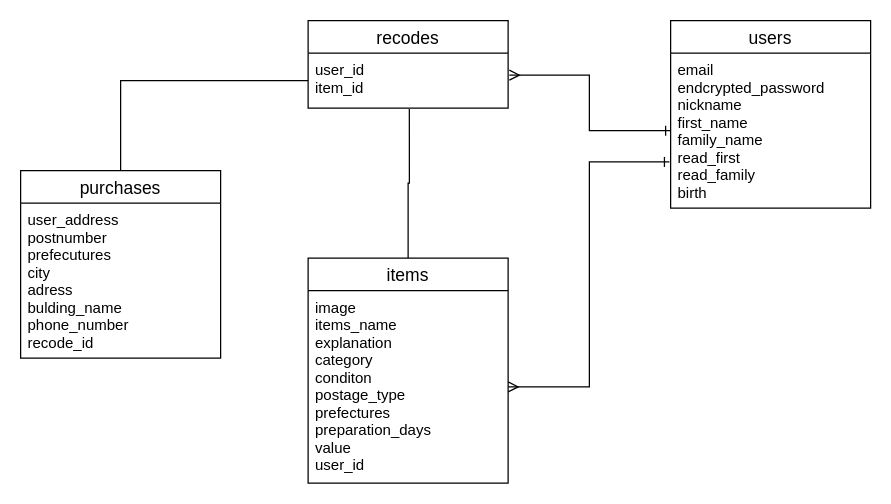
oritaitsuki/furima-36225 keeps this draw.io diagram as furima.dio. Above is the earlier version. Source tidied: cells renumbered, new cells numbered last; positions are measured from the earlier drawing's top-left corner, leaving out a move shared by most shapes. Both pictures are drawn from the tidied source at 125%, with x=0, y=0 at pixel (20, 20).
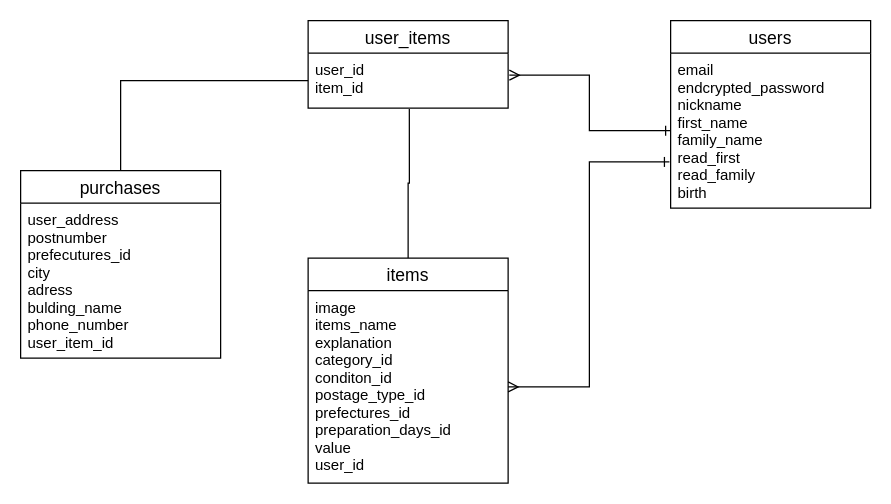
The same diagram, later.

The edit, as a diff of the source:
```diff
@@
 <mxGraphModel>
   <root>
     <mxCell id="0" />
     <mxCell id="1" parent="0" />
     <mxCell id="2" value="users" style="swimlane;fontStyle=0;horizontal=1;startSize=26;align=center;fontSize=14;" parent="1" vertex="1">
       <mxGeometry x="520" width="160" height="150" as="geometry" />
     </mxCell>
     <mxCell id="3" value="email&#10;endcrypted_password&#10;nickname&#10;first_name&#10;family_name&#10;read_first&#10;read_family&#10;birth&#10;&#10;&#10;&#10;" style="text;strokeColor=none;fillColor=none;spacingLeft=4;spacingRight=4;overflow=hidden;points=[[0,0.5],[1,0.5]];portConstraint=eastwest;fontSize=12;" parent="2" vertex="1">
       <mxGeometry y="26" width="160" height="124" as="geometry" />
     </mxCell>
     <mxCell id="4" style="edgeStyle=orthogonalEdgeStyle;rounded=0;jettySize=auto;html=1;exitX=0.5;exitY=0;exitDx=0;exitDy=0;entryX=0.506;entryY=1.014;entryDx=0;entryDy=0;entryPerimeter=0;startArrow=none;startFill=0;endArrow=none;endFill=0;" parent="1" edge="1" source="5" target="10">
       <mxGeometry relative="1" as="geometry" />
     </mxCell>
     <mxCell id="5" value="items" style="swimlane;fontStyle=0;horizontal=1;startSize=26;align=center;fontSize=14;" parent="1" vertex="1">
       <mxGeometry x="230" y="190" width="160" height="180" as="geometry" />
     </mxCell>
-    <mxCell id="6" value="image&#10;items_name&#10;explanation&#10;category&#10;conditon&#10;postage_type&#10;prefectures&#10;preparation_days&#10;value&#10;user_id&#10;&#10;&#10;" style="text;strokeColor=none;fillColor=none;spacingLeft=4;spacingRight=4;overflow=hidden;points=[[0,0.5],[1,0.5]];portConstraint=eastwest;fontSize=12;" parent="5" vertex="1">
+    <mxCell id="6" value="image&#10;items_name&#10;explanation&#10;category_id&#10;conditon_id&#10;postage_type_id&#10;prefectures_id&#10;preparation_days_id&#10;value&#10;user_id&#10;&#10;&#10;" style="text;strokeColor=none;fillColor=none;spacingLeft=4;spacingRight=4;overflow=hidden;points=[[0,0.5],[1,0.5]];portConstraint=eastwest;fontSize=12;" parent="5" vertex="1">
       <mxGeometry y="26" width="160" height="154" as="geometry" />
     </mxCell>
     <mxCell id="7" value="purchases" style="swimlane;fontStyle=0;horizontal=1;startSize=26;align=center;fontSize=14;" parent="1" vertex="1">
       <mxGeometry y="120" width="160" height="150" as="geometry" />
     </mxCell>
-    <mxCell id="8" value="user_address&#10;postnumber&#10;prefecutures&#10;city&#10;adress&#10;bulding_name&#10;phone_number&#10;recode_id&#10;" style="text;strokeColor=none;fillColor=none;spacingLeft=4;spacingRight=4;overflow=hidden;fontSize=12;" parent="7" vertex="1">
+    <mxCell id="8" value="user_address&#10;postnumber&#10;prefecutures_id&#10;city&#10;adress&#10;bulding_name&#10;phone_number&#10;user_item_id&#10;" style="text;strokeColor=none;fillColor=none;spacingLeft=4;spacingRight=4;overflow=hidden;fontSize=12;" parent="7" vertex="1">
       <mxGeometry y="26" width="160" height="124" as="geometry" />
     </mxCell>
-    <mxCell id="9" value="recodes" style="swimlane;fontStyle=0;horizontal=1;startSize=26;align=center;fontSize=14;" parent="1" vertex="1">
+    <mxCell id="9" value="user_items" style="swimlane;fontStyle=0;horizontal=1;startSize=26;align=center;fontSize=14;" parent="1" vertex="1">
       <mxGeometry x="230" width="160" height="70" as="geometry" />
     </mxCell>
     <mxCell id="10" value="user_id&#10;item_id&#10;" style="text;strokeColor=none;fillColor=none;spacingLeft=4;spacingRight=4;overflow=hidden;points=[[0,0.5],[1,0.5]];portConstraint=eastwest;fontSize=12;" parent="9" vertex="1">
       <mxGeometry y="26" width="160" height="44" as="geometry" />
     </mxCell>
     <mxCell id="11" style="edgeStyle=orthogonalEdgeStyle;rounded=0;jettySize=auto;html=1;exitX=0;exitY=0.5;exitDx=0;exitDy=0;entryX=1.006;entryY=0.401;entryDx=0;entryDy=0;entryPerimeter=0;startArrow=ERone;startFill=0;endArrow=ERmany;endFill=0;" parent="1" edge="1" source="3" target="10">
       <mxGeometry relative="1" as="geometry" />
     </mxCell>
     <mxCell id="12" style="edgeStyle=orthogonalEdgeStyle;rounded=0;jettySize=auto;html=1;exitX=1;exitY=0.5;exitDx=0;exitDy=0;entryX=-0.006;entryY=0.702;entryDx=0;entryDy=0;entryPerimeter=0;startArrow=ERmany;startFill=0;endArrow=ERone;endFill=0;" parent="1" edge="1" source="6" target="3">
       <mxGeometry relative="1" as="geometry" />
     </mxCell>
     <mxCell id="13" style="edgeStyle=orthogonalEdgeStyle;rounded=0;jettySize=auto;html=1;exitX=0;exitY=0.5;exitDx=0;exitDy=0;entryX=0.5;entryY=0;entryDx=0;entryDy=0;startArrow=none;startFill=0;endArrow=none;endFill=0;" parent="1" edge="1" source="10" target="7">
       <mxGeometry relative="1" as="geometry" />
     </mxCell>
   </root>
 </mxGraphModel>
```
